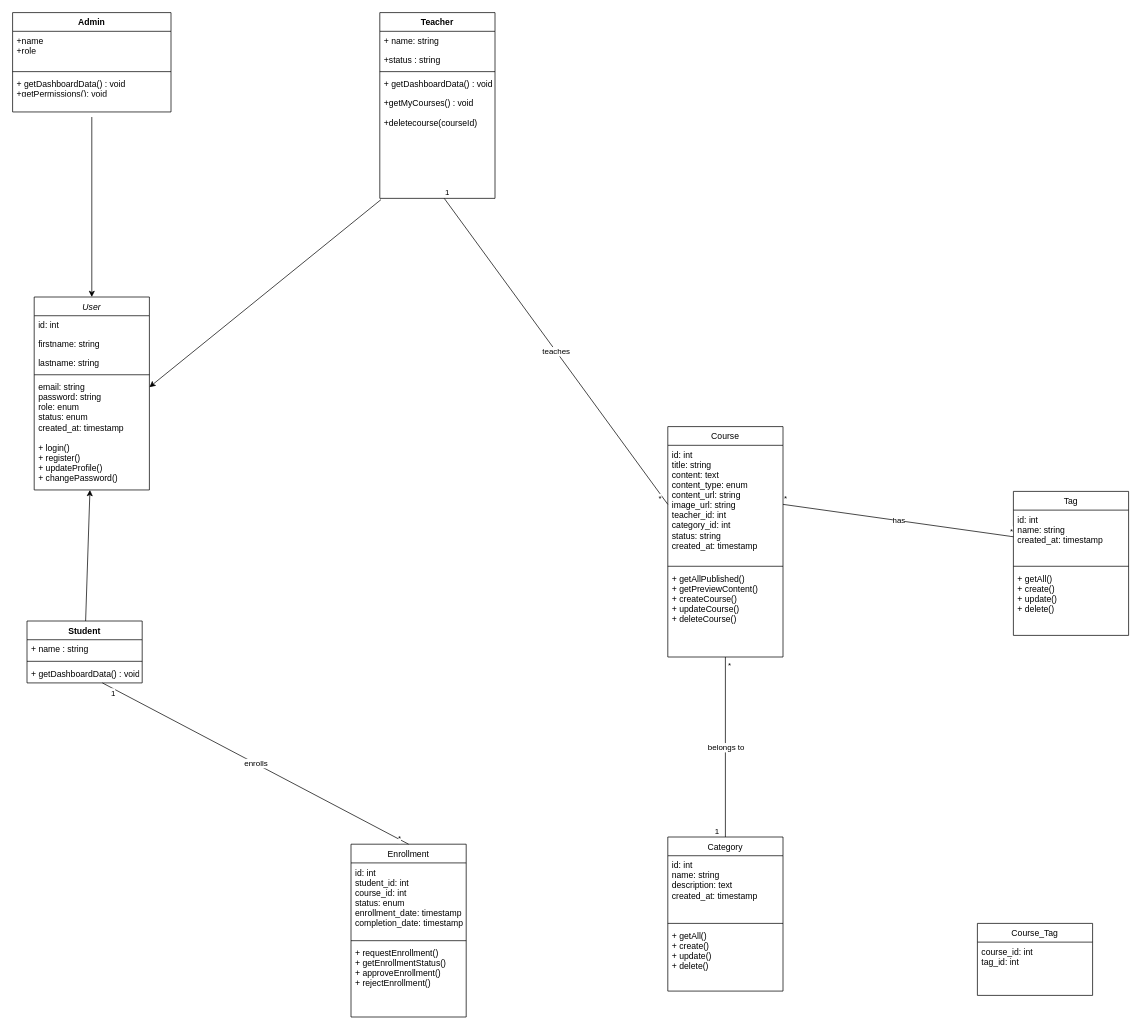
Above: Diagrammes/DiagrammeClasse.dio in nolongeraregistereduser/YouDemy (draw.io), before the change. Source tidied: cells renumbered, new cells numbered last; positions are measured from the earlier drawing's top-left corner, leaving out a move shared by most shapes. Both pictures are drawn from the tidied source at 72%, with x=0, y=0 at pixel (12, 12).
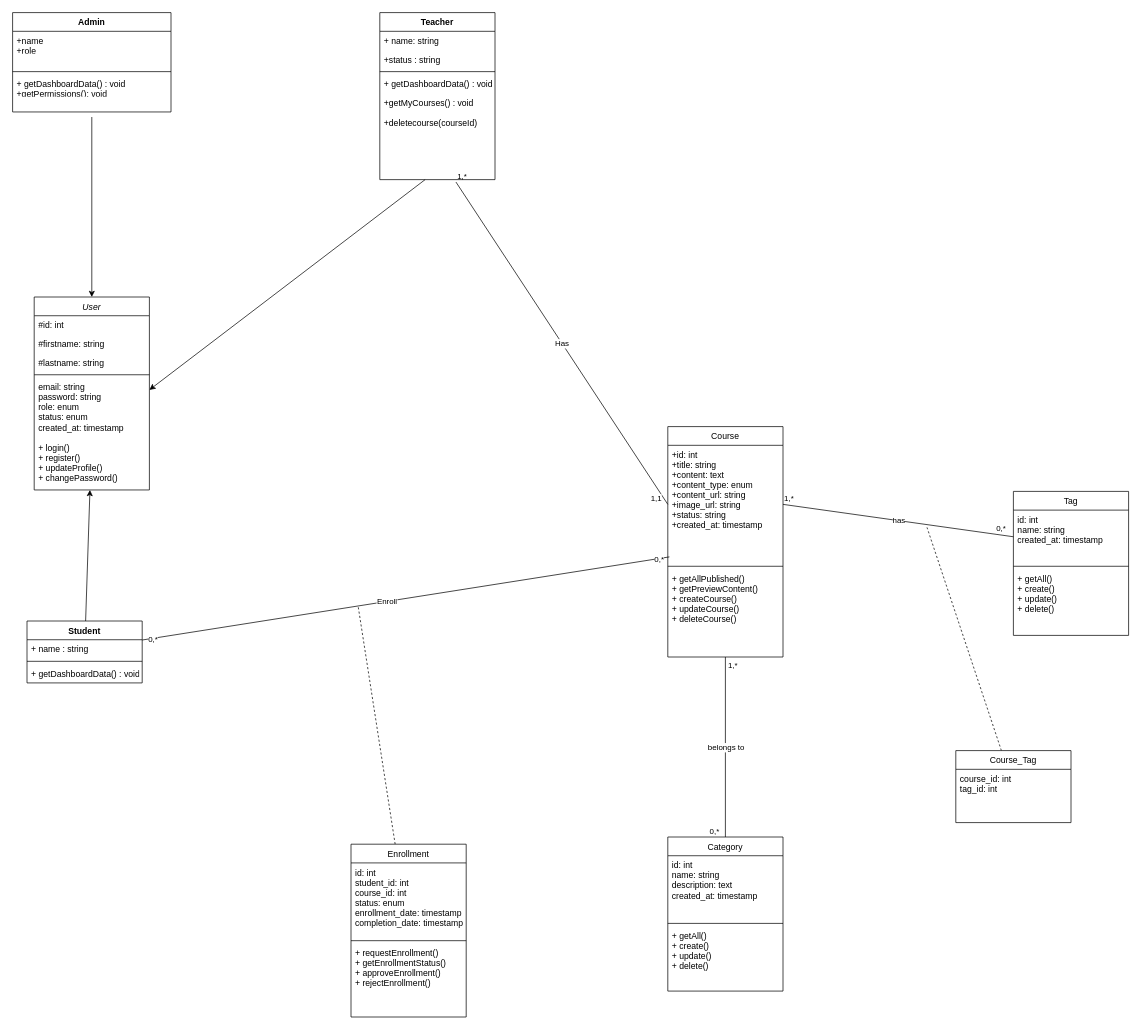
After the change.

The change refers to these unchanged cells:
```xml
<mxCell id="2" value="User" style="swimlane;fontStyle=2;align=center;verticalAlign=top;horizontal=1;startSize=26;rounded=0;shadow=0;strokeWidth=1;" parent="1" vertex="1">
  <mxGeometry x="30" y="395" width="160" height="268" as="geometry" />
</mxCell>
<mxCell id="7" value="email: string&#10;password: string&#10;role: enum&#10;status: enum&#10;created_at: timestamp&#10;&#10;+ login()&#10;+ register()&#10;+ updateProfile()&#10;+ changePassword()" style="text;align=left;verticalAlign=top;spacingLeft=4;spacingRight=4;overflow=hidden;points=[[0,0.5],[1,0.5]];portConstraint=eastwest;" parent="2" vertex="1">
  <mxGeometry y="112" width="160" height="156" as="geometry" />
</mxCell>
<mxCell id="8" value="Course" style="swimlane;fontStyle=0;align=center;verticalAlign=top;horizontal=1;startSize=26;rounded=0;shadow=0;strokeWidth=1;" parent="1" vertex="1">
  <mxGeometry x="910" y="575" width="160" height="320" as="geometry" />
</mxCell>
<mxCell id="16" value="Enrollment" style="swimlane;fontStyle=0;align=center;verticalAlign=top;horizontal=1;startSize=26;rounded=0;shadow=0;strokeWidth=1;" parent="1" vertex="1">
  <mxGeometry x="470" y="1155" width="160" height="240" as="geometry" />
</mxCell>
<mxCell id="34" style="endArrow=none;html=1;rounded=0;exitX=0.5;exitY=1;exitDx=0;exitDy=0;entryX=0.5;entryY=0;entryDx=0;entryDy=0;" parent="1" edge="1" source="8" target="12">
  <mxGeometry relative="1" as="geometry" />
</mxCell>
<mxCell id="38" style="endArrow=none;html=1;rounded=0;exitX=1;exitY=0.5;exitDx=0;exitDy=0;entryX=0;entryY=0.5;entryDx=0;entryDy=0;" parent="1" edge="1" source="9" target="21">
  <mxGeometry relative="1" as="geometry" />
</mxCell>
<mxCell id="55" style="text;strokeColor=none;fillColor=none;align=left;verticalAlign=top;spacingLeft=4;spacingRight=4;overflow=hidden;points=[[0,0.5],[1,0.5]];portConstraint=eastwest;" parent="48" vertex="1">
  <mxGeometry y="206" width="160" height="26" as="geometry" />
</mxCell>
<mxCell id="59" value="+ name : string" style="text;strokeColor=none;fillColor=none;align=left;verticalAlign=top;spacingLeft=4;spacingRight=4;overflow=hidden;points=[[0,0.5],[1,0.5]];portConstraint=eastwest;" parent="58" vertex="1">
  <mxGeometry y="26" width="160" height="26" as="geometry" />
</mxCell>
<mxCell id="61" value="+ getDashboardData() : void" style="text;strokeColor=none;fillColor=none;align=left;verticalAlign=top;spacingLeft=4;spacingRight=4;overflow=hidden;points=[[0,0.5],[1,0.5]];portConstraint=eastwest;" parent="58" vertex="1">
  <mxGeometry y="60" width="160" height="26" as="geometry" />
</mxCell>
```

What changed in the source:
```diff
@@
-    <mxCell id="3" value="id: int" style="text;align=left;verticalAlign=top;spacingLeft=4;spacingRight=4;overflow=hidden;" parent="2" vertex="1">
+    <mxCell id="3" value="#id: int" style="text;align=left;verticalAlign=top;spacingLeft=4;spacingRight=4;overflow=hidden;" parent="2" vertex="1">
       <mxGeometry y="26" width="160" height="26" as="geometry" />
     </mxCell>
-    <mxCell id="4" value="firstname: string" style="text;align=left;verticalAlign=top;spacingLeft=4;spacingRight=4;overflow=hidden;rounded=0;shadow=0;html=0;" parent="2" vertex="1">
+    <mxCell id="4" value="#firstname: string" style="text;align=left;verticalAlign=top;spacingLeft=4;spacingRight=4;overflow=hidden;rounded=0;shadow=0;html=0;" parent="2" vertex="1">
       <mxGeometry y="52" width="160" height="26" as="geometry" />
     </mxCell>
-    <mxCell id="5" value="lastname: string" style="text;align=left;verticalAlign=top;spacingLeft=4;spacingRight=4;overflow=hidden;rounded=0;shadow=0;html=0;" parent="2" vertex="1">
+    <mxCell id="5" value="#lastname: string" style="text;align=left;verticalAlign=top;spacingLeft=4;spacingRight=4;overflow=hidden;rounded=0;shadow=0;html=0;" parent="2" vertex="1">
       <mxGeometry y="78" width="160" height="26" as="geometry" />
     </mxCell>
@@
-    <mxCell id="9" value="id: int&#10;title: string&#10;content: text&#10;content_type: enum&#10;content_url: string&#10;image_url: string&#10;teacher_id: int&#10;category_id: int&#10;status: string&#10;created_at: timestamp" style="text;align=left;verticalAlign=top;spacingLeft=4;spacingRight=4;overflow=hidden;points=[[0,0.5],[1,0.5]];portConstraint=eastwest;" parent="8" vertex="1">
+    <mxCell id="9" value="+id: int&#10;+title: string&#10;+content: text&#10;+content_type: enum&#10;+content_url: string&#10;+image_url: string&#10;+status: string&#10;+created_at: timestamp" style="text;align=left;verticalAlign=top;spacingLeft=4;spacingRight=4;overflow=hidden;points=[[0,0.5],[1,0.5]];portConstraint=eastwest;" parent="8" vertex="1">
       <mxGeometry y="26" width="160" height="164" as="geometry" />
     </mxCell>
@@
+    <mxCell id="64" style="edgeStyle=none;html=1;dashed=1;endArrow=none;endFill=0;" parent="1" edge="1" source="16">
+      <mxGeometry relative="1" as="geometry">
+        <mxPoint x="480" y="825" as="targetPoint" />
+      </mxGeometry>
+    </mxCell>
@@
+    <mxCell id="65" style="edgeStyle=none;html=1;endArrow=none;endFill=0;dashed=1;" parent="1" edge="1" source="24">
+      <mxGeometry relative="1" as="geometry">
+        <mxPoint x="1270" y="715" as="targetPoint" />
+      </mxGeometry>
+    </mxCell>
     <mxCell id="24" value="Course_Tag" style="swimlane;fontStyle=0;align=center;verticalAlign=top;horizontal=1;startSize=26;rounded=0;shadow=0;strokeWidth=1;" parent="1" vertex="1">
-      <mxGeometry x="1340" y="1265" width="160" height="100" as="geometry" />
+      <mxGeometry x="1310" y="1025" width="160" height="100" as="geometry" />
     </mxCell>
@@
-    <mxCell id="26" style="endArrow=none;html=1;rounded=0;entryX=0;entryY=0.5;entryDx=0;entryDy=0;" parent="1" edge="1" source="56" target="9">
+    <mxCell id="26" style="endArrow=none;html=1;rounded=0;entryX=0;entryY=0.5;entryDx=0;entryDy=0;exitX=0.661;exitY=1.128;exitDx=0;exitDy=0;exitPerimeter=0;" parent="1" edge="1" source="55" target="9">
       <mxGeometry relative="1" as="geometry" />
     </mxCell>
-    <mxCell id="27" value="1" style="edgeLabel;html=1;align=left;verticalAlign=bottom;" parent="26" vertex="1">
+    <mxCell id="27" value="1,*" style="edgeLabel;html=1;align=left;verticalAlign=bottom;" parent="26" vertex="1">
       <mxGeometry x="-1" relative="1" as="geometry" />
     </mxCell>
-    <mxCell id="28" value="*" style="edgeLabel;html=1;align=right;verticalAlign=bottom;" parent="26" vertex="1">
+    <mxCell id="28" value="1,1" style="edgeLabel;html=1;align=right;verticalAlign=bottom;" parent="26" vertex="1">
       <mxGeometry x="1" relative="1" as="geometry">
         <mxPoint x="-8" as="offset" />
       </mxGeometry>
     </mxCell>
-    <mxCell id="29" value="teaches" style="edgeLabel;html=1;align=center;verticalAlign=middle;" parent="26" vertex="1">
+    <mxCell id="29" value="Has" style="edgeLabel;html=1;align=center;verticalAlign=middle;" parent="26" vertex="1">
       <mxGeometry relative="1" as="geometry" />
     </mxCell>
-    <mxCell id="30" style="endArrow=none;html=1;rounded=0;entryX=0.5;entryY=0;entryDx=0;entryDy=0;" parent="1" edge="1" source="61" target="16">
-      <mxGeometry relative="1" as="geometry" />
-    </mxCell>
-    <mxCell id="31" value="1" style="edgeLabel;html=1;align=left;verticalAlign=bottom;" parent="30" vertex="1">
-      <mxGeometry x="-1" relative="1" as="geometry">
-        <mxPoint x="10" y="22" as="offset" />
-      </mxGeometry>
-    </mxCell>
-    <mxCell id="32" value="*" style="edgeLabel;html=1;align=right;verticalAlign=bottom;" parent="30" vertex="1">
-      <mxGeometry x="1" relative="1" as="geometry">
-        <mxPoint x="-10" as="offset" />
-      </mxGeometry>
-    </mxCell>
-    <mxCell id="33" value="enrolls" style="edgeLabel;html=1;align=center;verticalAlign=middle;" parent="30" vertex="1">
-      <mxGeometry relative="1" as="geometry" />
-    </mxCell>
@@
-    <mxCell id="35" value="*" style="edgeLabel;html=1;align=left;verticalAlign=bottom;" parent="34" vertex="1">
+    <mxCell id="35" value="1,*" style="edgeLabel;html=1;align=left;verticalAlign=bottom;" parent="34" vertex="1">
       <mxGeometry x="-1" relative="1" as="geometry">
         <mxPoint x="2" y="20" as="offset" />
       </mxGeometry>
     </mxCell>
-    <mxCell id="36" value="1" style="edgeLabel;html=1;align=right;verticalAlign=bottom;" parent="34" vertex="1">
+    <mxCell id="36" value="0,*" style="edgeLabel;html=1;align=right;verticalAlign=bottom;" parent="34" vertex="1">
       <mxGeometry x="1" relative="1" as="geometry">
         <mxPoint x="-8" as="offset" />
       </mxGeometry>
     </mxCell>
@@
-    <mxCell id="39" value="*" style="edgeLabel;html=1;align=left;verticalAlign=bottom;" parent="38" vertex="1">
+    <mxCell id="39" value="1,*" style="edgeLabel;html=1;align=left;verticalAlign=bottom;" parent="38" vertex="1">
       <mxGeometry x="-1" relative="1" as="geometry" />
     </mxCell>
-    <mxCell id="40" value="*" style="edgeLabel;html=1;align=right;verticalAlign=bottom;" parent="38" vertex="1">
-      <mxGeometry x="1" relative="1" as="geometry" />
+    <mxCell id="40" value="0,*" style="edgeLabel;html=1;align=right;verticalAlign=bottom;" parent="38" vertex="1">
+      <mxGeometry x="1" relative="1" as="geometry">
+        <mxPoint x="-10" y="-3" as="offset" />
+      </mxGeometry>
     </mxCell>
@@
     <mxCell id="48" value="Teacher" style="swimlane;fontStyle=1;align=center;verticalAlign=top;horizontal=1;startSize=26;" parent="1" vertex="1">
-      <mxGeometry x="510" width="160" height="258" as="geometry" />
+      <mxGeometry x="510" width="160" height="232" as="geometry" />
     </mxCell>
@@
-    <mxCell id="56" style="text;strokeColor=none;fillColor=none;align=left;verticalAlign=top;spacingLeft=4;spacingRight=4;overflow=hidden;points=[[0,0.5],[1,0.5]];portConstraint=eastwest;" parent="48" vertex="1">
-      <mxGeometry y="232" width="160" height="26" as="geometry" />
-    </mxCell>
@@
-    <mxCell id="62" style="edgeStyle=none;html=1;exitX=0.01;exitY=1.07;exitDx=0;exitDy=0;exitPerimeter=0;" parent="1" edge="1" source="56" target="7">
+    <mxCell id="62" style="edgeStyle=none;html=1;" parent="1" edge="1" source="55" target="7">
       <mxGeometry relative="1" as="geometry" />
     </mxCell>
@@
+    <mxCell id="66" style="edgeStyle=none;html=1;entryX=0.014;entryY=0.945;entryDx=0;entryDy=0;entryPerimeter=0;endArrow=none;endFill=0;" parent="1" edge="1" source="59" target="9">
+      <mxGeometry relative="1" as="geometry" />
+    </mxCell>
+    <mxCell id="67" value="Enroll" style="edgeLabel;html=1;align=center;verticalAlign=middle;" parent="66" vertex="1">
+      <mxGeometry x="-0.07" relative="1" as="geometry">
+        <mxPoint x="-1" as="offset" />
+      </mxGeometry>
+    </mxCell>
+    <mxCell id="68" value="0,*" style="edgeLabel;html=1;align=center;verticalAlign=middle;" parent="66" vertex="1">
+      <mxGeometry x="-0.96" relative="1" as="geometry" />
+    </mxCell>
+    <mxCell id="69" value="0,*" style="edgeLabel;html=1;align=center;verticalAlign=middle;" parent="66" vertex="1">
+      <mxGeometry x="0.96" relative="1" as="geometry" />
+    </mxCell>
```
